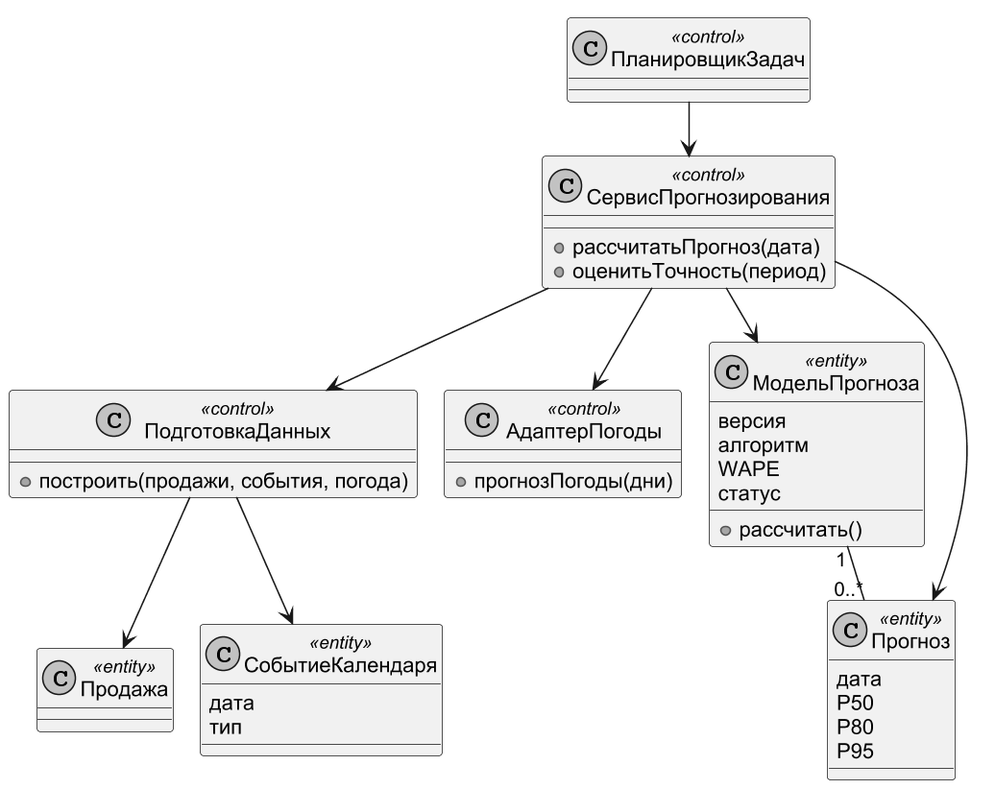
Above: diagrams/uml_vopc_1.png in DarkSwordman999/flower-demand-planning (PlantUML), before the change.
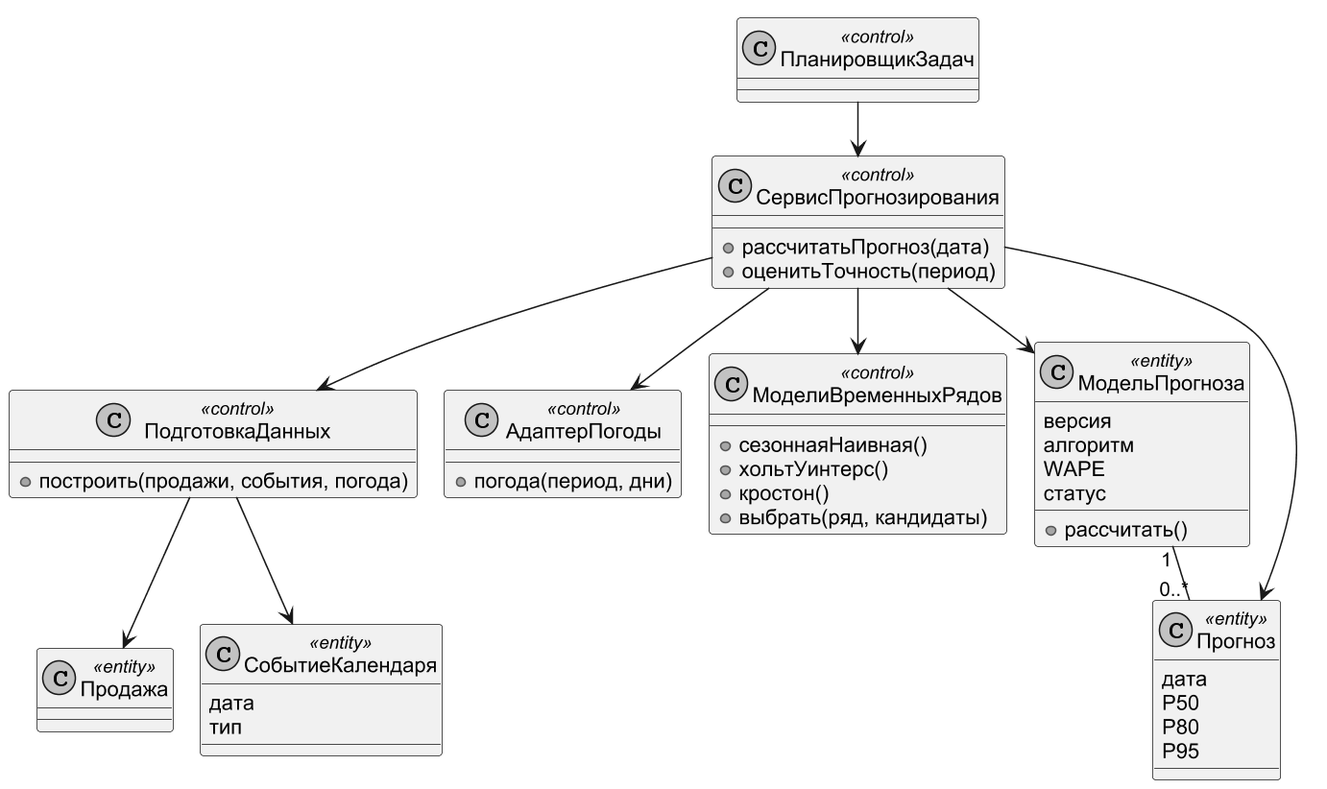
After the change.

What changed in the source:
```diff
@@ -13,7 +13,13 @@
  +построить(продажи, события, погода)
 }
 class АдаптерПогоды <<control>> {
- +прогнозПогоды(дни)
+ +погода(период, дни)
+}
+class МоделиВременныхРядов <<control>> {
+ +сезоннаяНаивная()
+ +хольтУинтерс()
+ +кростон()
+ +выбрать(ряд, кандидаты)
 }
 class МодельПрогноза <<entity>> {
  версия
@@ -37,6 +43,7 @@
 СервисПрогнозирования --> ПодготовкаДанных
 СервисПрогнозирования --> АдаптерПогоды
 СервисПрогнозирования --> МодельПрогноза
+СервисПрогнозирования --> МоделиВременныхРядов
 СервисПрогнозирования --> Прогноз
 ПодготовкаДанных --> Продажа
 ПодготовкаДанных --> СобытиеКалендаря
```
